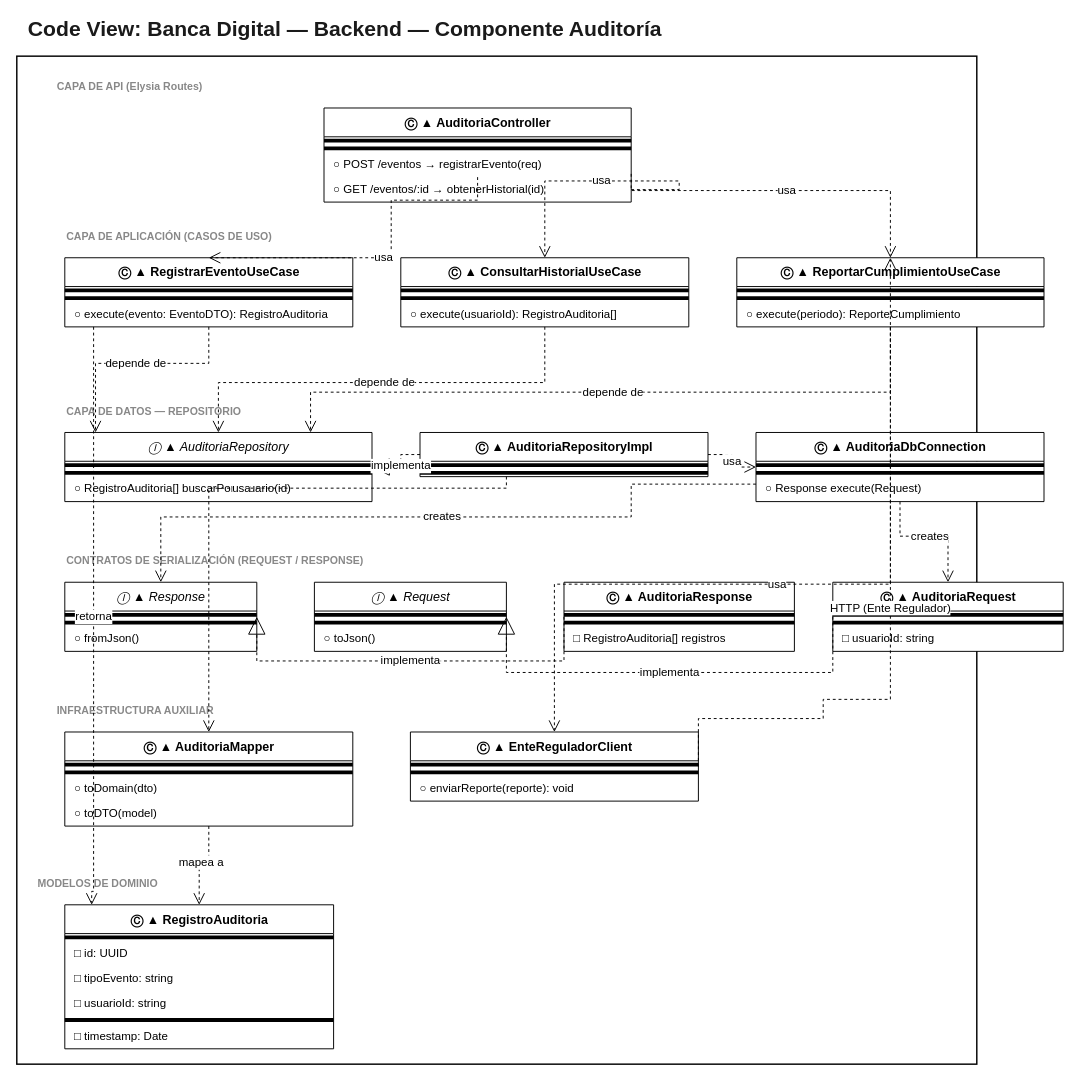
This is docs/diagrams/code/code-view-backend-auditoria.drawio from javer-ia-nos/documentacion, a draw.io file, before an edit. Source tidied: cells renumbered, new cells numbered last; positions are measured from the earlier drawing's top-left corner, leaving out a move shared by most shapes. Both pictures are drawn from the tidied source at 96%, with x=0, y=0 at pixel (16, 17).
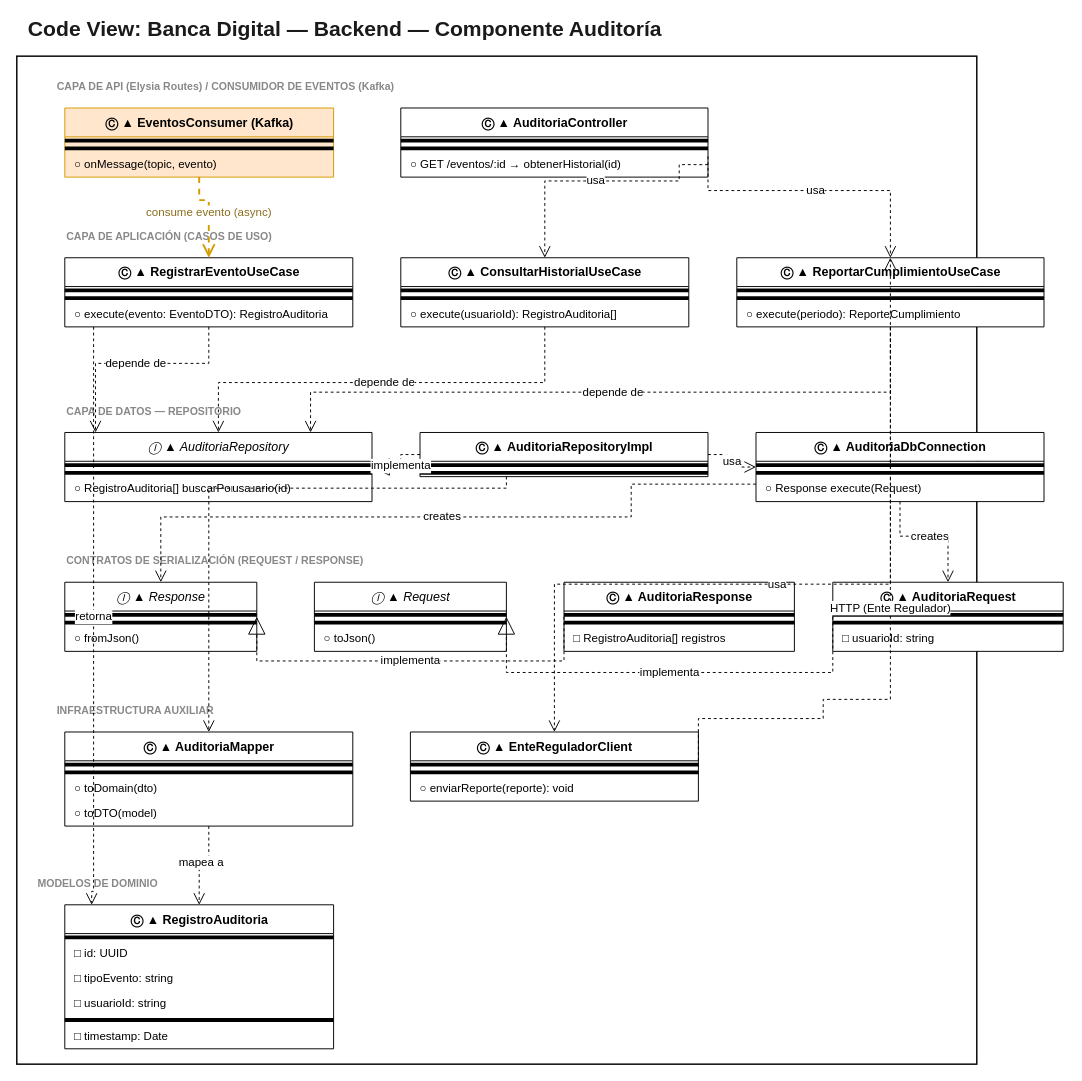
After the change.

Commit message (it also covers changes not shown here):
Visualizacion del broker de kafka

The change refers to these unchanged cells:
```xml
<mxCell id="14" value="Ⓒ ▲ RegistrarEventoUseCase" style="swimlane;fontStyle=1;align=center;verticalAlign=middle;horizontal=1;startSize=30;swimlaneFillColor=#ffffff;strokeColor=#000000;fillColor=#ffffff;fontSize=13;html=1;" parent="1" vertex="1">
  <mxGeometry x="50" y="250" width="300" height="72" as="geometry" />
</mxCell>
```

The edit, as a diff of the source:
```diff
@@
-    <mxCell id="3" value="CAPA DE API (Elysia Routes)" style="text;html=1;align=left;verticalAlign=middle;fontSize=11;fontColor=#888888;fontStyle=1;" parent="1" vertex="1">
+    <mxCell id="3" value="CAPA DE API (Elysia Routes) / CONSUMIDOR DE EVENTOS (Kafka)" style="text;html=1;align=left;verticalAlign=middle;fontSize=11;fontColor=#888888;fontStyle=1;" parent="1" vertex="1">
       <mxGeometry x="40" y="60" width="500" height="24" as="geometry" />
     </mxCell>
@@
+    <mxCell id="87" value="Ⓒ ▲ EventosConsumer (Kafka)" style="swimlane;fontStyle=1;align=center;verticalAlign=middle;horizontal=1;startSize=30;swimlaneFillColor=#FFE6CC;strokeColor=#D79B00;fillColor=#FFE6CC;fontSize=13;html=1;" parent="1" vertex="1">
+      <mxGeometry x="50" y="94" width="280" height="72" as="geometry" />
+    </mxCell>
+    <mxCell id="88" style="line;html=1;strokeColor=#000000;" parent="87" vertex="1">
+      <mxGeometry y="30" width="280" height="8" as="geometry" />
+    </mxCell>
+    <mxCell id="89" style="line;html=1;strokeColor=#000000;" parent="87" vertex="1">
+      <mxGeometry y="38" width="280" height="8" as="geometry" />
+    </mxCell>
+    <mxCell id="90" value="○ onMessage(topic, evento)" style="text;html=1;align=left;verticalAlign=middle;spacingLeft=8;spacingRight=4;overflow=hidden;fontSize=12;" parent="87" vertex="1">
+      <mxGeometry y="46" width="280" height="26" as="geometry" />
+    </mxCell>
     <mxCell id="9" value="Ⓒ ▲ AuditoriaController" style="swimlane;fontStyle=1;align=center;verticalAlign=middle;horizontal=1;startSize=30;swimlaneFillColor=#ffffff;strokeColor=#000000;fillColor=#ffffff;fontSize=13;html=1;" parent="1" vertex="1">
-      <mxGeometry x="320" y="94" width="320" height="98" as="geometry" />
+      <mxGeometry x="400" y="94" width="320" height="72" as="geometry" />
     </mxCell>
@@
-    <mxCell id="12" value="○ POST /eventos → registrarEvento(req)" style="text;html=1;align=left;verticalAlign=middle;spacingLeft=8;spacingRight=4;overflow=hidden;fontSize=12;" parent="9" vertex="1">
-      <mxGeometry y="46" width="320" height="26" as="geometry" />
-    </mxCell>
     <mxCell id="13" value="○ GET /eventos/:id → obtenerHistorial(id)" style="text;html=1;align=left;verticalAlign=middle;spacingLeft=8;spacingRight=4;overflow=hidden;fontSize=12;" parent="9" vertex="1">
-      <mxGeometry y="72" width="320" height="26" as="geometry" />
+      <mxGeometry y="46" width="320" height="26" as="geometry" />
     </mxCell>
@@
-    <mxCell id="70" value="usa" style="edgeStyle=orthogonalEdgeStyle;rounded=0;jettySize=auto;html=1;endArrow=open;endFill=0;endSize=10;dashed=1;fontSize=12;fontColor=#000000;strokeColor=#000000;exitX=0.5;exitY=1;exitDx=0;exitDy=0;entryX=0.5;entryY=0;entryDx=0;entryDy=0;" parent="1" edge="1" source="12" target="14">
+    <mxCell id="70" value="consume evento (async)" style="edgeStyle=orthogonalEdgeStyle;rounded=0;jettySize=auto;html=1;endArrow=open;endFill=0;endSize=10;dashed=1;fontSize=12;fontColor=#8a6d1d;strokeColor=#D79B00;strokeWidth=2;exitX=0.5;exitY=1;exitDx=0;exitDy=0;entryX=0.5;entryY=0;entryDx=0;entryDy=0;" parent="1" edge="1" source="90" target="14">
       <mxGeometry relative="1" as="geometry">
         <Array as="points">
-          <mxPoint x="390" y="190" />
+          <mxPoint x="190" y="190" />
         </Array>
       </mxGeometry>
     </mxCell>
```
